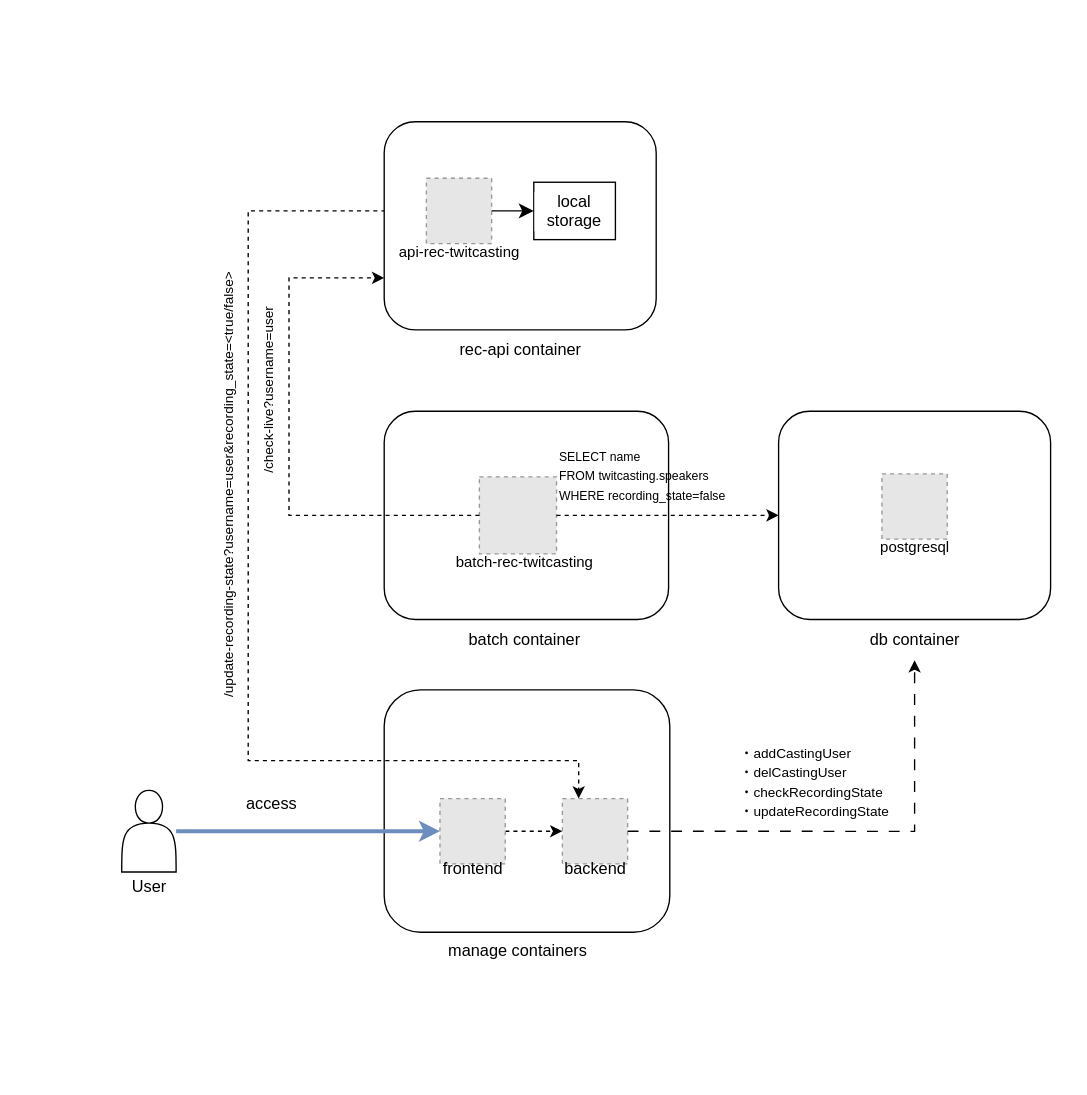
miutaku/rec-twitcasting keeps this draw.io diagram as docker-compose.drawio. Above is the earlier version. Source tidied: cells renumbered, new cells numbered last; positions are measured from the earlier drawing's top-left corner, leaving out a move shared by most shapes. Both pictures are drawn from the tidied source at 136%, with x=0, y=0 at pixel (-4, 23). Pictures stored in the file or linked from it are replaced by grey dashed boxes.
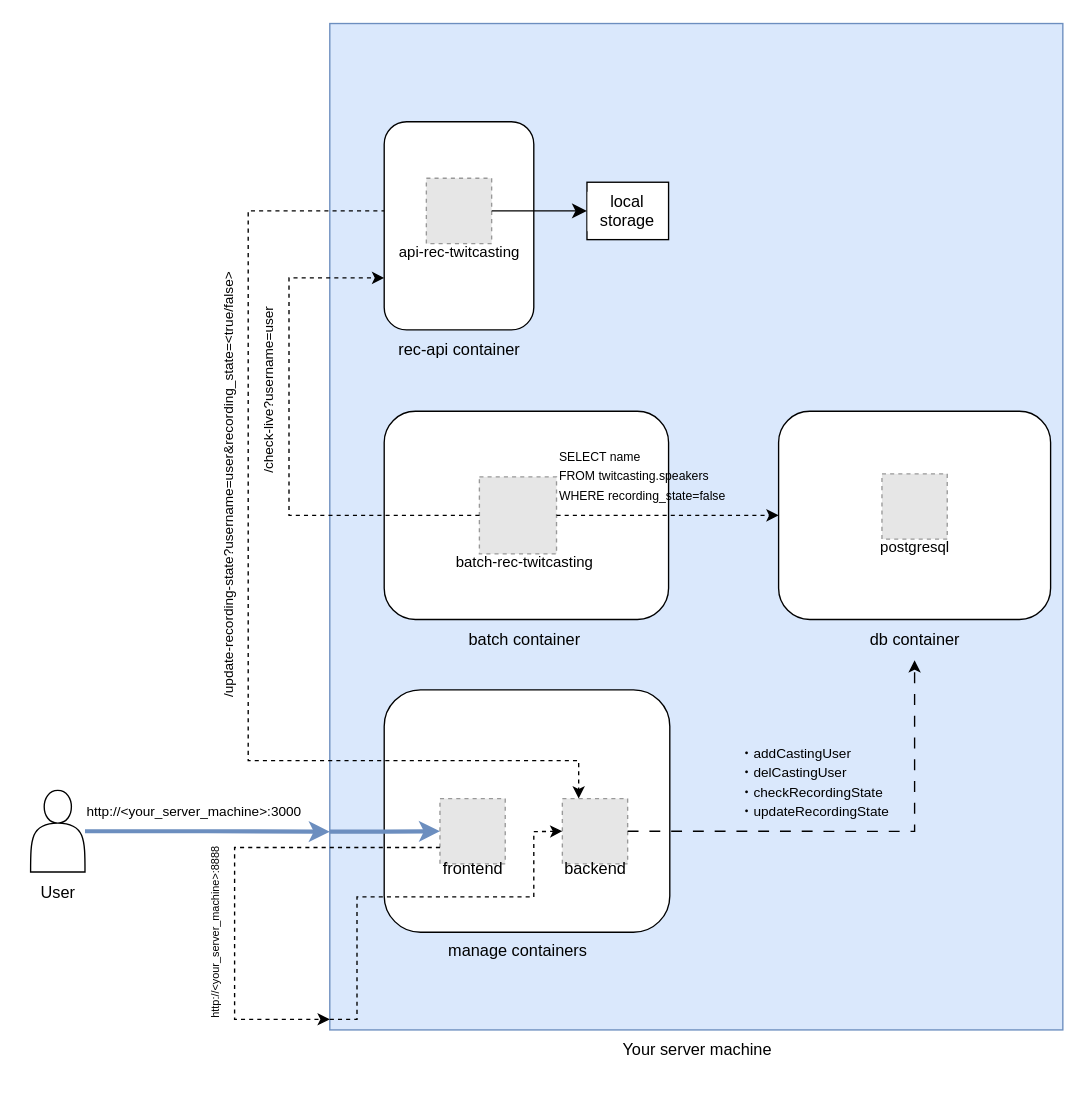
After the change.

Commit message:
docker-compose.drawio を更新します

Unchanged cells that the change refers to:
```xml
<mxCell id="3" style="group;" parent="2" vertex="1">
  <mxGeometry width="539" height="740" as="geometry" />
</mxCell>
<mxCell id="8" style="fillColor=#E6E6E6;strokeColor=#999999;dashed=1;html=1;verticalAlign=top;verticalLabelPosition=bottom;labelBackgroundColor=#ffffff;" parent="3" vertex="1">
  <mxGeometry x="81" y="569.9" width="48" height="48" as="geometry" />
</mxCell>
<mxCell id="10" style="fillColor=#E6E6E6;strokeColor=#999999;dashed=1;html=1;verticalAlign=top;verticalLabelPosition=bottom;labelBackgroundColor=#ffffff;" parent="3" vertex="1">
  <mxGeometry x="171" y="569.9" width="48" height="48" as="geometry" />
</mxCell>
<mxCell id="20" style="fillColor=#E6E6E6;strokeColor=#999999;dashed=1;html=1;verticalAlign=top;verticalLabelPosition=bottom;labelBackgroundColor=#ffffff;" parent="3" vertex="1">
  <mxGeometry x="71" y="113.8" width="48" height="48" as="geometry" />
</mxCell>
```

Diff of the diagram source:
```diff
@@
-    <mxCell id="2" style="group;" parent="1" vertex="1">
+    <mxCell id="2" style="group;fillColor=#dae8fc;strokeColor=#6c8ebf;" parent="1" vertex="1">
       <mxGeometry x="245" y="-0.2" width="539" height="740" as="geometry" />
     </mxCell>
@@
-    <mxCell id="4" value="rec-api container" style="text;html=1;align=center;verticalAlign=middle;strokeColor=none;fillColor=none;" parent="3" vertex="1">
-      <mxGeometry x="85" y="225.1" width="110" height="30" as="geometry" />
-    </mxCell>
@@
-    <mxCell id="7" style="edgeStyle=orthogonalEdgeStyle;rounded=0;jettySize=auto;html=1;dashed=1;" parent="3" edge="1" source="8" target="10">
-      <mxGeometry relative="1" as="geometry" />
-    </mxCell>
@@
+    <mxCell id="38" style="edgeStyle=orthogonalEdgeStyle;rounded=0;jettySize=auto;html=1;exitX=0;exitY=0.75;exitDx=0;exitDy=0;dashed=1;" parent="3" edge="1" source="8">
+      <mxGeometry relative="1" as="geometry">
+        <mxPoint y="732.2" as="targetPoint" />
+        <Array as="points">
+          <mxPoint x="-70" y="606" />
+          <mxPoint x="-70" y="732" />
+          <mxPoint y="732" />
+        </Array>
+      </mxGeometry>
+    </mxCell>
@@
     <mxCell id="19" style="rounded=1;whiteSpace=wrap;html=1;" parent="3" vertex="1">
-      <mxGeometry x="40" y="72.2" width="200" height="153.1" as="geometry" />
+      <mxGeometry x="40" y="72.2" width="110" height="153.1" as="geometry" />
     </mxCell>
@@
-    <mxCell id="31" value="local storage" style="whiteSpace=wrap;html=1;verticalAlign=top;labelBackgroundColor=#ffffff;" parent="3" vertex="1">
-      <mxGeometry x="150" y="116.7" width="60" height="42.2" as="geometry" />
+    <mxCell id="31" value="local storage" style="whiteSpace=wrap;html=1;verticalAlign=top;labelBackgroundColor=#ffffff;" parent="2" vertex="1">
+      <mxGeometry x="189.1" y="116.7" width="60" height="42.2" as="geometry" />
     </mxCell>
-    <mxCell id="32" style="edgeStyle=none;curved=1;rounded=0;jettySize=auto;html=1;fontSize=12;startSize=8;endSize=8;" parent="3" edge="1" source="20" target="31">
+    <mxCell id="32" style="edgeStyle=none;curved=1;rounded=0;jettySize=auto;html=1;fontSize=12;startSize=8;endSize=8;" parent="2" edge="1" source="20" target="31">
       <mxGeometry relative="1" as="geometry" />
     </mxCell>
+    <mxCell id="4" value="rec-api container" style="text;html=1;align=center;verticalAlign=middle;strokeColor=none;fillColor=none;" parent="2" vertex="1">
+      <mxGeometry x="40" y="225.1" width="110" height="30" as="geometry" />
+    </mxCell>
-    <mxCell id="33" style="edgeStyle=orthogonalEdgeStyle;rounded=0;jettySize=auto;html=1;fillColor=#dae8fc;strokeColor=#6c8ebf;strokeWidth=3;" parent="1" edge="1" source="34" target="8">
-      <mxGeometry relative="1" as="geometry" />
+    <mxCell id="33" style="edgeStyle=orthogonalEdgeStyle;rounded=0;jettySize=auto;html=1;fillColor=#dae8fc;strokeColor=#6c8ebf;strokeWidth=3;" parent="1" edge="1" source="34">
+      <mxGeometry relative="1" as="geometry">
+        <mxPoint x="245" y="594" as="targetPoint" />
+      </mxGeometry>
     </mxCell>
     <mxCell id="34" style="shape=actor;whiteSpace=wrap;html=1;" parent="1" vertex="1">
-      <mxGeometry x="92" y="563.7" width="40" height="60" as="geometry" />
+      <mxGeometry x="25" y="563.7" width="40" height="60" as="geometry" />
     </mxCell>
     <mxCell id="35" value="User" style="text;html=1;align=center;verticalAlign=middle;strokeColor=none;fillColor=none;" parent="1" vertex="1">
-      <mxGeometry x="87" y="620" width="50" height="30" as="geometry" />
+      <mxGeometry x="20" y="623.7" width="50" height="30" as="geometry" />
     </mxCell>
-    <mxCell id="36" value="access" style="text;html=1;align=center;verticalAlign=middle;strokeColor=none;fillColor=none;" parent="1" vertex="1">
-      <mxGeometry x="172" y="558.7" width="60" height="30" as="geometry" />
+    <mxCell id="36" value="&lt;font style=&quot;font-size: 10px; line-height: 100%;&quot;&gt;http://&amp;lt;your_server_machine&amp;gt;:3000&lt;/font&gt;" style="text;html=1;align=center;verticalAlign=middle;strokeColor=none;fillColor=none;" parent="1" vertex="1">
+      <mxGeometry x="55" y="563.7" width="180" height="30" as="geometry" />
     </mxCell>
@@
+    <mxCell id="39" value="Your server machine" style="text;html=1;align=center;verticalAlign=middle;strokeColor=none;fillColor=none;" parent="1" vertex="1">
+      <mxGeometry x="449.5" y="740" width="130" height="30" as="geometry" />
+    </mxCell>
+    <mxCell id="40" style="endArrow=classic;html=1;rounded=0;entryX=0;entryY=0.5;entryDx=0;entryDy=0;dashed=1;" parent="1" edge="1" target="10">
+      <mxGeometry relative="1" as="geometry">
+        <mxPoint x="245" y="732" as="sourcePoint" />
+        <Array as="points">
+          <mxPoint x="265" y="732" />
+          <mxPoint x="265" y="682" />
+          <mxPoint x="265" y="642" />
+          <mxPoint x="345" y="642" />
+          <mxPoint x="395" y="642" />
+          <mxPoint x="395" y="594" />
+        </Array>
+      </mxGeometry>
+    </mxCell>
+    <mxCell id="41" style="edgeStyle=orthogonalEdgeStyle;rounded=0;jettySize=auto;html=1;fillColor=#dae8fc;strokeColor=#6c8ebf;strokeWidth=3;entryX=0;entryY=0.5;entryDx=0;entryDy=0;" parent="1" edge="1" target="8">
+      <mxGeometry relative="1" as="geometry">
+        <mxPoint x="245" y="594" as="sourcePoint" />
+        <Array as="points">
+          <mxPoint x="286" y="594" />
+        </Array>
+      </mxGeometry>
+    </mxCell>
+    <mxCell id="42" value="&lt;font style=&quot;font-size: 8px; line-height: 100%;&quot;&gt;http://&amp;lt;your_server_machine&amp;gt;:8888&lt;/font&gt;" style="text;html=1;align=center;verticalAlign=middle;strokeColor=none;fillColor=none;rotation=-90;" parent="1" vertex="1">
+      <mxGeometry x="85" y="653.7" width="150" height="30" as="geometry" />
+    </mxCell>
```
